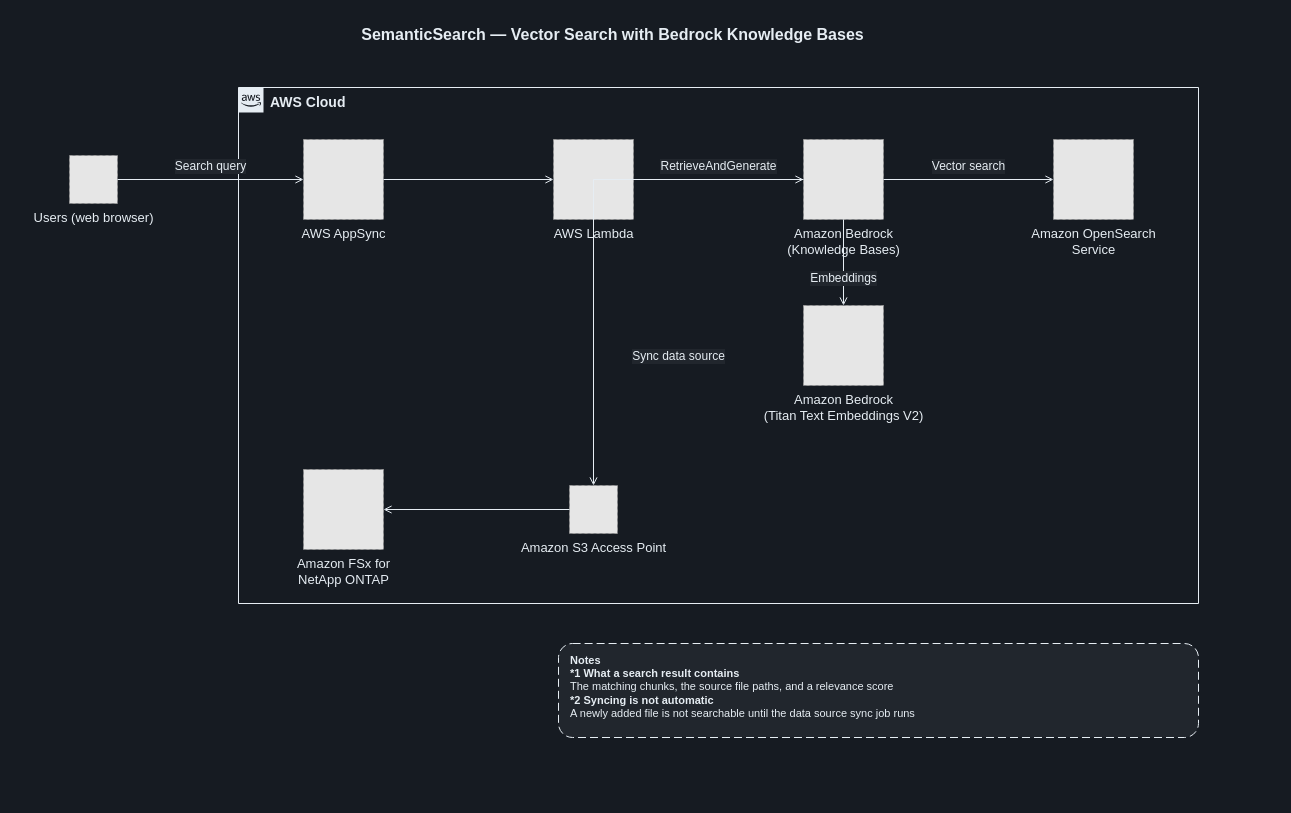
Yoshiki0705/FSx-for-ONTAP-S3AccessPoints-Serverless-Patterns keeps this draw.io diagram as docs/diagrams/dark/part3-semantic-search-en.drawio. Above is the earlier version. Source tidied: cells renumbered, new cells numbered last; positions are measured from the earlier drawing's top-left corner, leaving out a move shared by most shapes. Both pictures are drawn from the tidied source at 100%, with x=0, y=0 at pixel (25, 17). Pictures stored in the file or linked from it are replaced by grey dashed boxes.
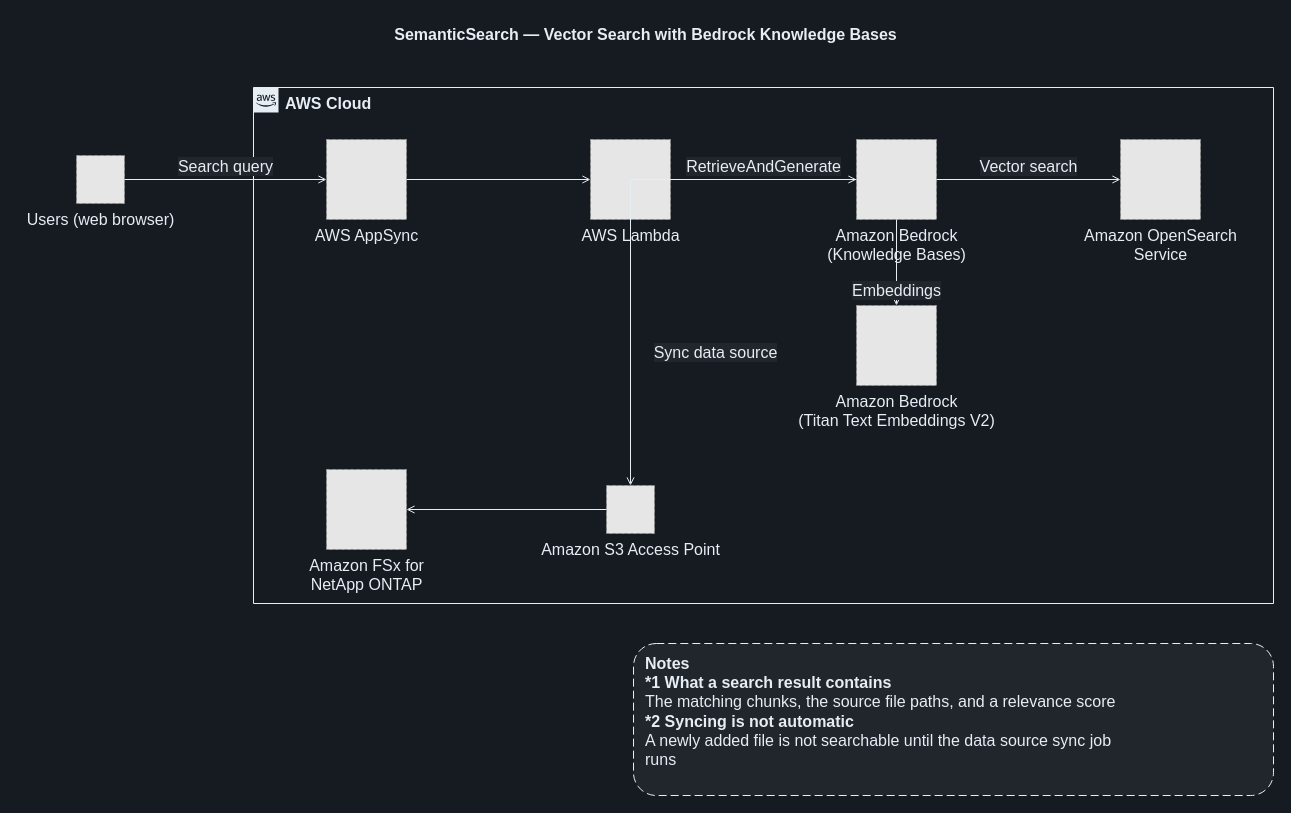
The same page after the edit.

Diff of the diagram source:
```diff
@@
     <mxCell id="2" value="SemanticSearch — Vector Search with Bedrock Knowledge Bases" style="text;html=1;align=center;verticalAlign=middle;fontSize=16;fontStyle=1;fontColor=#E6EDF3;" parent="1" vertex="1">
-      <mxGeometry width="1173" height="34" as="geometry" />
+      <mxGeometry x="-8" width="1256" height="34" as="geometry" />
     </mxCell>
-    <mxCell id="3" value="AWS Cloud" style="gradientColor=none;html=1;whiteSpace=wrap;fontSize=14;fontStyle=1;shape=mxgraph.aws4.group;grIcon=mxgraph.aws4.group_aws_cloud_alt;strokeColor=#E6EDF3;fillColor=none;verticalAlign=top;align=left;spacingLeft=30;fontColor=#E6EDF3;dashed=0;" parent="1" vertex="1">
-      <mxGeometry x="213" y="70" width="960" height="516" as="geometry" />
+    <mxCell id="3" value="AWS Cloud" style="gradientColor=none;html=1;whiteSpace=wrap;fontSize=16;fontStyle=1;shape=mxgraph.aws4.group;grIcon=mxgraph.aws4.group_aws_cloud_alt;strokeColor=#E6EDF3;fillColor=none;verticalAlign=top;align=left;spacingLeft=30;fontColor=#E6EDF3;dashed=0;" parent="1" vertex="1">
+      <mxGeometry x="228" y="70" width="1020" height="516" as="geometry" />
     </mxCell>
-    <mxCell id="4" value="Users (web browser)" style="fillColor=#E6E6E6;strokeColor=#999999;dashed=1;html=1;verticalLabelPosition=bottom;verticalAlign=top;labelPosition=center;align=center;fontSize=13;fontColor=#E6EDF3;" parent="1" vertex="1">
-      <mxGeometry x="44" y="138" width="48" height="48" as="geometry" />
+    <mxCell id="4" value="Users (web browser)" style="fillColor=#E6E6E6;strokeColor=#999999;dashed=1;html=1;verticalLabelPosition=bottom;verticalAlign=top;labelPosition=center;align=center;fontSize=16;fontColor=#E6EDF3;" parent="1" vertex="1">
+      <mxGeometry x="51" y="138" width="48" height="48" as="geometry" />
     </mxCell>
-    <mxCell id="5" value="AWS AppSync" style="fillColor=#E6E6E6;strokeColor=#999999;dashed=1;html=1;verticalLabelPosition=bottom;verticalAlign=top;labelPosition=center;align=center;fontSize=13;fontColor=#E6EDF3;" parent="1" vertex="1">
-      <mxGeometry x="278" y="122" width="80" height="80" as="geometry" />
+    <mxCell id="5" value="AWS AppSync" style="fillColor=#E6E6E6;strokeColor=#999999;dashed=1;html=1;verticalLabelPosition=bottom;verticalAlign=top;labelPosition=center;align=center;fontSize=16;fontColor=#E6EDF3;" parent="1" vertex="1">
+      <mxGeometry x="301" y="122" width="80" height="80" as="geometry" />
     </mxCell>
-    <mxCell id="6" value="AWS Lambda" style="fillColor=#E6E6E6;strokeColor=#999999;dashed=1;html=1;verticalLabelPosition=bottom;verticalAlign=top;labelPosition=center;align=center;fontSize=13;fontColor=#E6EDF3;" parent="1" vertex="1">
-      <mxGeometry x="528" y="122" width="80" height="80" as="geometry" />
+    <mxCell id="6" value="AWS Lambda" style="fillColor=#E6E6E6;strokeColor=#999999;dashed=1;html=1;verticalLabelPosition=bottom;verticalAlign=top;labelPosition=center;align=center;fontSize=16;fontColor=#E6EDF3;" parent="1" vertex="1">
+      <mxGeometry x="565" y="122" width="80" height="80" as="geometry" />
     </mxCell>
-    <mxCell id="7" value="Amazon Bedrock&lt;br&gt;(Knowledge Bases)" style="fillColor=#E6E6E6;strokeColor=#999999;dashed=1;html=1;verticalLabelPosition=bottom;verticalAlign=top;labelPosition=center;align=center;fontSize=13;fontColor=#E6EDF3;" parent="1" vertex="1">
-      <mxGeometry x="778" y="122" width="80" height="80" as="geometry" />
+    <mxCell id="7" value="Amazon Bedrock&lt;br&gt;(Knowledge Bases)" style="fillColor=#E6E6E6;strokeColor=#999999;dashed=1;html=1;verticalLabelPosition=bottom;verticalAlign=top;labelPosition=center;align=center;fontSize=16;fontColor=#E6EDF3;" parent="1" vertex="1">
+      <mxGeometry x="831" y="122" width="80" height="80" as="geometry" />
     </mxCell>
-    <mxCell id="8" value="Amazon OpenSearch&lt;br&gt;Service" style="fillColor=#E6E6E6;strokeColor=#999999;dashed=1;html=1;verticalLabelPosition=bottom;verticalAlign=top;labelPosition=center;align=center;fontSize=13;fontColor=#E6EDF3;" parent="1" vertex="1">
-      <mxGeometry x="1028" y="122" width="80" height="80" as="geometry" />
+    <mxCell id="8" value="Amazon OpenSearch&lt;br&gt;Service" style="fillColor=#E6E6E6;strokeColor=#999999;dashed=1;html=1;verticalLabelPosition=bottom;verticalAlign=top;labelPosition=center;align=center;fontSize=16;fontColor=#E6EDF3;" parent="1" vertex="1">
+      <mxGeometry x="1095" y="122" width="80" height="80" as="geometry" />
     </mxCell>
-    <mxCell id="9" value="Amazon Bedrock&lt;br&gt;(Titan Text Embeddings V2)" style="fillColor=#E6E6E6;strokeColor=#999999;dashed=1;html=1;verticalLabelPosition=bottom;verticalAlign=top;labelPosition=center;align=center;fontSize=13;fontColor=#E6EDF3;" parent="1" vertex="1">
-      <mxGeometry x="778" y="288" width="80" height="80" as="geometry" />
+    <mxCell id="9" value="Amazon Bedrock&lt;br&gt;(Titan Text Embeddings V2)" style="fillColor=#E6E6E6;strokeColor=#999999;dashed=1;html=1;verticalLabelPosition=bottom;verticalAlign=top;labelPosition=center;align=center;fontSize=16;fontColor=#E6EDF3;" parent="1" vertex="1">
+      <mxGeometry x="831" y="288" width="80" height="80" as="geometry" />
     </mxCell>
-    <mxCell id="10" value="Amazon S3 Access Point" style="fillColor=#E6E6E6;strokeColor=#999999;dashed=1;html=1;verticalLabelPosition=bottom;verticalAlign=top;labelPosition=center;align=center;fontSize=13;fontColor=#E6EDF3;" parent="1" vertex="1">
-      <mxGeometry x="544" y="468" width="48" height="48" as="geometry" />
+    <mxCell id="10" value="Amazon S3 Access Point" style="fillColor=#E6E6E6;strokeColor=#999999;dashed=1;html=1;verticalLabelPosition=bottom;verticalAlign=top;labelPosition=center;align=center;fontSize=16;fontColor=#E6EDF3;" parent="1" vertex="1">
+      <mxGeometry x="581" y="468" width="48" height="48" as="geometry" />
     </mxCell>
-    <mxCell id="11" value="Amazon FSx for&lt;br&gt;NetApp ONTAP" style="fillColor=#E6E6E6;strokeColor=#999999;dashed=1;html=1;verticalLabelPosition=bottom;verticalAlign=top;labelPosition=center;align=center;fontSize=13;fontColor=#E6EDF3;" parent="1" vertex="1">
-      <mxGeometry x="278" y="452" width="80" height="80" as="geometry" />
+    <mxCell id="11" value="Amazon FSx for&lt;br&gt;NetApp ONTAP" style="fillColor=#E6E6E6;strokeColor=#999999;dashed=1;html=1;verticalLabelPosition=bottom;verticalAlign=top;labelPosition=center;align=center;fontSize=16;fontColor=#E6EDF3;" parent="1" vertex="1">
+      <mxGeometry x="301" y="452" width="80" height="80" as="geometry" />
     </mxCell>
-    <mxCell id="12" value="Search query" style="edgeStyle=orthogonalEdgeStyle;rounded=0;jettySize=auto;html=1;endArrow=open;endFill=0;strokeColor=#E6EDF3;strokeWidth=1;fontSize=12;fontColor=#E6EDF3;labelBackgroundColor=#21262D;" parent="1" edge="1" source="4" target="5">
+    <mxCell id="12" value="Search query" style="edgeStyle=orthogonalEdgeStyle;rounded=0;jettySize=auto;html=1;endArrow=open;endFill=0;strokeColor=#E6EDF3;strokeWidth=1;fontSize=16;fontColor=#E6EDF3;labelBackgroundColor=#21262D;" parent="1" edge="1" source="4" target="5">
       <mxGeometry relative="1" as="geometry">
         <mxPoint y="-13" as="offset" />
       </mxGeometry>
     </mxCell>
-    <mxCell id="13" style="edgeStyle=orthogonalEdgeStyle;rounded=0;jettySize=auto;html=1;endArrow=open;endFill=0;strokeColor=#E6EDF3;strokeWidth=1;fontSize=12;fontColor=#E6EDF3;labelBackgroundColor=#21262D;" parent="1" edge="1" source="5" target="6">
+    <mxCell id="13" style="edgeStyle=orthogonalEdgeStyle;rounded=0;jettySize=auto;html=1;endArrow=open;endFill=0;strokeColor=#E6EDF3;strokeWidth=1;fontSize=16;fontColor=#E6EDF3;labelBackgroundColor=#21262D;" parent="1" edge="1" source="5" target="6">
       <mxGeometry relative="1" as="geometry" />
     </mxCell>
-    <mxCell id="14" value="RetrieveAndGenerate" style="edgeStyle=orthogonalEdgeStyle;rounded=0;jettySize=auto;html=1;endArrow=open;endFill=0;strokeColor=#E6EDF3;strokeWidth=1;fontSize=12;fontColor=#E6EDF3;labelBackgroundColor=#21262D;" parent="1" edge="1" source="6" target="7">
+    <mxCell id="14" value="RetrieveAndGenerate" style="edgeStyle=orthogonalEdgeStyle;rounded=0;jettySize=auto;html=1;endArrow=open;endFill=0;strokeColor=#E6EDF3;strokeWidth=1;fontSize=16;fontColor=#E6EDF3;labelBackgroundColor=#21262D;" parent="1" edge="1" source="6" target="7">
       <mxGeometry relative="1" as="geometry">
         <mxPoint y="-13" as="offset" />
       </mxGeometry>
     </mxCell>
-    <mxCell id="15" value="Vector search" style="edgeStyle=orthogonalEdgeStyle;rounded=0;jettySize=auto;html=1;endArrow=open;endFill=0;strokeColor=#E6EDF3;strokeWidth=1;fontSize=12;fontColor=#E6EDF3;labelBackgroundColor=#21262D;" parent="1" edge="1" source="7" target="8">
+    <mxCell id="15" value="Vector search" style="edgeStyle=orthogonalEdgeStyle;rounded=0;jettySize=auto;html=1;endArrow=open;endFill=0;strokeColor=#E6EDF3;strokeWidth=1;fontSize=16;fontColor=#E6EDF3;labelBackgroundColor=#21262D;" parent="1" edge="1" source="7" target="8">
       <mxGeometry relative="1" as="geometry">
         <mxPoint y="-13" as="offset" />
       </mxGeometry>
     </mxCell>
-    <mxCell id="16" value="Embeddings" style="edgeStyle=orthogonalEdgeStyle;rounded=0;jettySize=auto;html=1;endArrow=open;endFill=0;strokeColor=#E6EDF3;strokeWidth=1;fontSize=12;fontColor=#E6EDF3;labelBackgroundColor=#21262D;" parent="1" edge="1" source="7" target="9">
+    <mxCell id="16" value="Embeddings" style="edgeStyle=orthogonalEdgeStyle;rounded=0;jettySize=auto;html=1;endArrow=open;endFill=0;strokeColor=#E6EDF3;strokeWidth=1;fontSize=16;fontColor=#E6EDF3;labelBackgroundColor=#21262D;" parent="1" edge="1" source="7" target="9">
       <mxGeometry relative="1" as="geometry">
-        <mxPoint y="16" as="offset" />
+        <mxPoint y="28" as="offset" />
       </mxGeometry>
     </mxCell>
-    <mxCell id="17" value="Sync data source" style="edgeStyle=orthogonalEdgeStyle;rounded=0;jettySize=auto;html=1;endArrow=open;endFill=0;strokeColor=#E6EDF3;strokeWidth=1;fontSize=12;fontColor=#E6EDF3;labelBackgroundColor=#21262D;" parent="1" edge="1" source="7" target="10">
+    <mxCell id="17" value="Sync data source" style="edgeStyle=orthogonalEdgeStyle;rounded=0;jettySize=auto;html=1;endArrow=open;endFill=0;strokeColor=#E6EDF3;strokeWidth=1;fontSize=16;fontColor=#E6EDF3;labelBackgroundColor=#21262D;" parent="1" edge="1" source="7" target="10">
       <mxGeometry x="0.5" relative="1" as="geometry">
         <mxPoint x="85" as="offset" />
       </mxGeometry>
     </mxCell>
-    <mxCell id="18" style="edgeStyle=orthogonalEdgeStyle;rounded=0;jettySize=auto;html=1;endArrow=open;endFill=0;strokeColor=#E6EDF3;strokeWidth=1;fontSize=12;fontColor=#E6EDF3;labelBackgroundColor=#21262D;" parent="1" edge="1" source="10" target="11">
+    <mxCell id="18" style="edgeStyle=orthogonalEdgeStyle;rounded=0;jettySize=auto;html=1;endArrow=open;endFill=0;strokeColor=#E6EDF3;strokeWidth=1;fontSize=16;fontColor=#E6EDF3;labelBackgroundColor=#21262D;" parent="1" edge="1" source="10" target="11">
       <mxGeometry relative="1" as="geometry" />
     </mxCell>
-    <mxCell id="19" value="&lt;b&gt;Notes&lt;/b&gt;&lt;br&gt;&lt;b&gt;*1 What a search result contains&lt;/b&gt;&lt;br&gt;The matching chunks, the source file paths, and a relevance score&lt;br&gt;&lt;b&gt;*2 Syncing is not automatic&lt;/b&gt;&lt;br&gt;A newly added file is not searchable until the data source sync job runs" style="rounded=1;whiteSpace=wrap;html=1;dashed=1;dashPattern=8 4;strokeColor=#E6EDF3;fillColor=#21262D;align=left;verticalAlign=top;spacingLeft=10;spacingTop=4;fontSize=11;fontColor=#E6EDF3;" parent="1" vertex="1">
-      <mxGeometry x="533" y="626" width="640" height="94" as="geometry" />
+    <mxCell id="19" value="&lt;b&gt;Notes&lt;/b&gt;&lt;br&gt;&lt;b&gt;*1 What a search result contains&lt;/b&gt;&lt;br&gt;The matching chunks, the source file paths, and a relevance score&lt;br&gt;&lt;b&gt;*2 Syncing is not automatic&lt;/b&gt;&lt;br&gt;A newly added file is not searchable until the data source sync job&lt;br&gt;runs" style="rounded=1;whiteSpace=wrap;html=1;dashed=1;dashPattern=8 4;strokeColor=#E6EDF3;fillColor=#21262D;align=left;verticalAlign=top;spacingLeft=10;spacingTop=4;fontSize=16;fontColor=#E6EDF3;" parent="1" vertex="1">
+      <mxGeometry x="608" y="626" width="640" height="152" as="geometry" />
     </mxCell>
```
